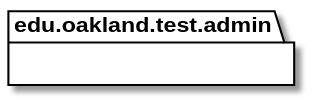
andrewdimmer/csi-3370-software-project keeps this PlantUML diagram as docs/uml-class-diagrams/admin/test/AdminTestPackage_InternalDependencies.svg. Above is the earlier version.
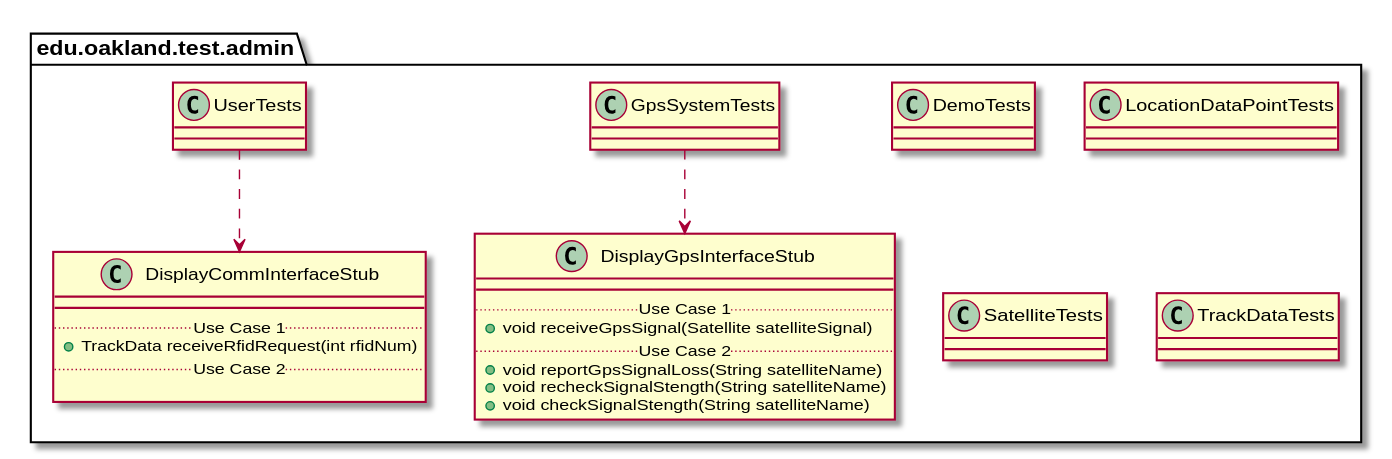
Later version of the same file.

Change to the diagram source:
```diff
@@ -4,4 +4,75 @@
 
 }
 
+
+package edu.oakland.test.admin {
+    class DemoTests {
+
+    }
+}
+
+
+package edu.oakland.test.admin {
+    class GpsSystemTests {
+
+    }
+}
+
+
+
+package edu.oakland.test.admin {
+    class DisplayGpsInterfaceStub {
+        __
+        .. Use Case 1 ..
+        + void receiveGpsSignal(Satellite satelliteSignal)
+        .. Use Case 2 ..
+        + void reportGpsSignalLoss(String satelliteName)
+        + void recheckSignalStength(String satelliteName)
+        + void checkSignalStength(String satelliteName)
+    }
+}
+
+GpsSystemTests ..> DisplayGpsInterfaceStub
+
+package edu.oakland.test.admin {
+    class UserTests {
+
+    }
+}
+
+
+
+package edu.oakland.test.admin {
+    class DisplayCommInterfaceStub {
+        __
+        .. Use Case 1 ..
+        + TrackData receiveRfidRequest(int rfidNum)
+        .. Use Case 2 ..
+
+    }
+}
+
+UserTests ..> DisplayCommInterfaceStub
+
+package edu.oakland.test.admin {
+    class LocationDataPointTests {
+
+    }
+}
+
+
+package edu.oakland.test.admin {
+    class SatelliteTests {
+
+    }
+}
+
+
+package edu.oakland.test.admin {
+    class TrackDataTests {
+
+    }
+}
+
+
 @enduml
```
